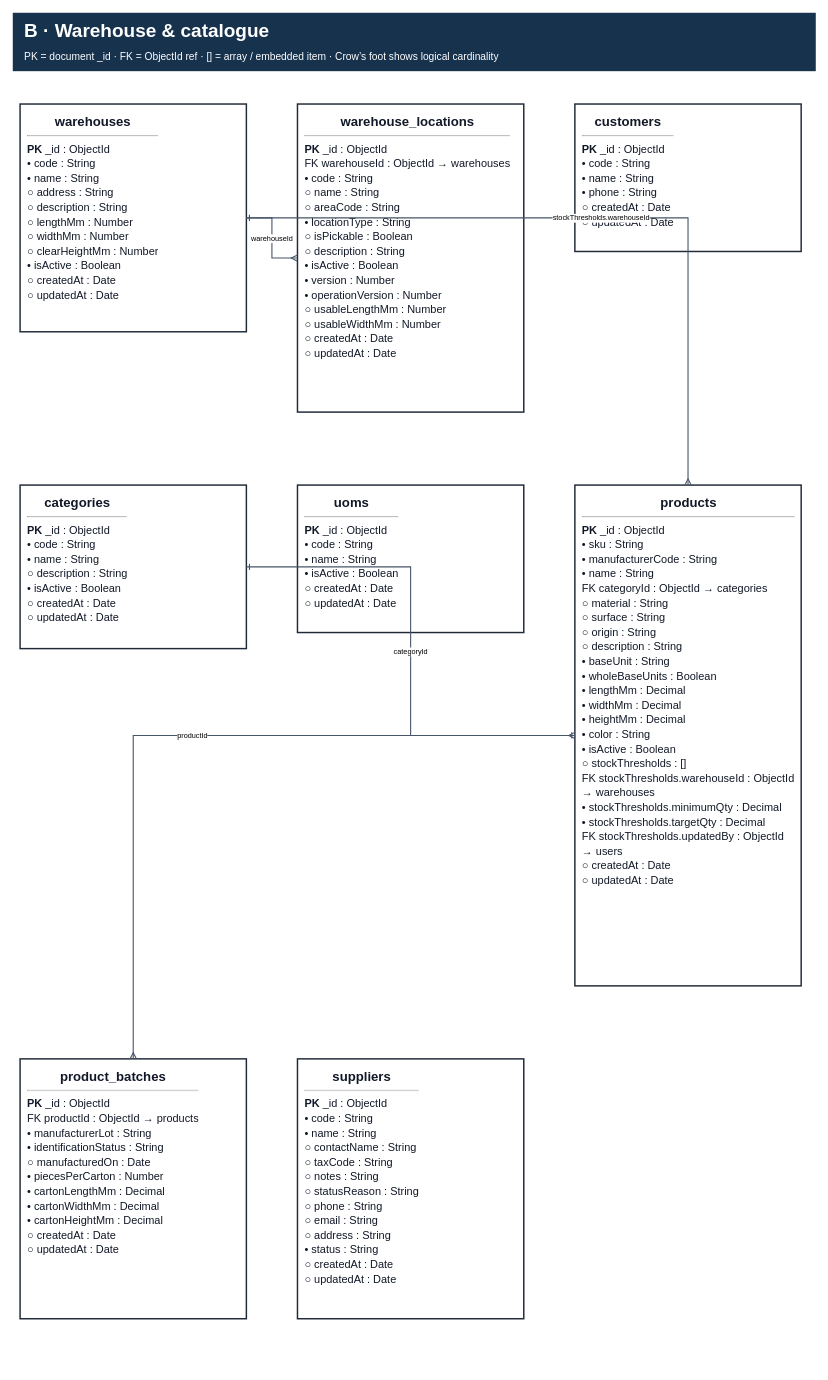
Above: page "B · Warehouse & catalogue" (3 of 11) of git_doc/docs/03_thiet_ke/DB_Current_2026-11-09_57/WMSD_ERD_Current.drawio in minhoa2005/building-material-management (draw.io), before the change. Source tidied: cells renumbered, new cells numbered last; positions are measured from the earlier drawing's top-left corner, leaving out a move shared by most shapes. Both pictures are drawn from the tidied source at 73%, with x=0, y=0 at pixel (12, 12).
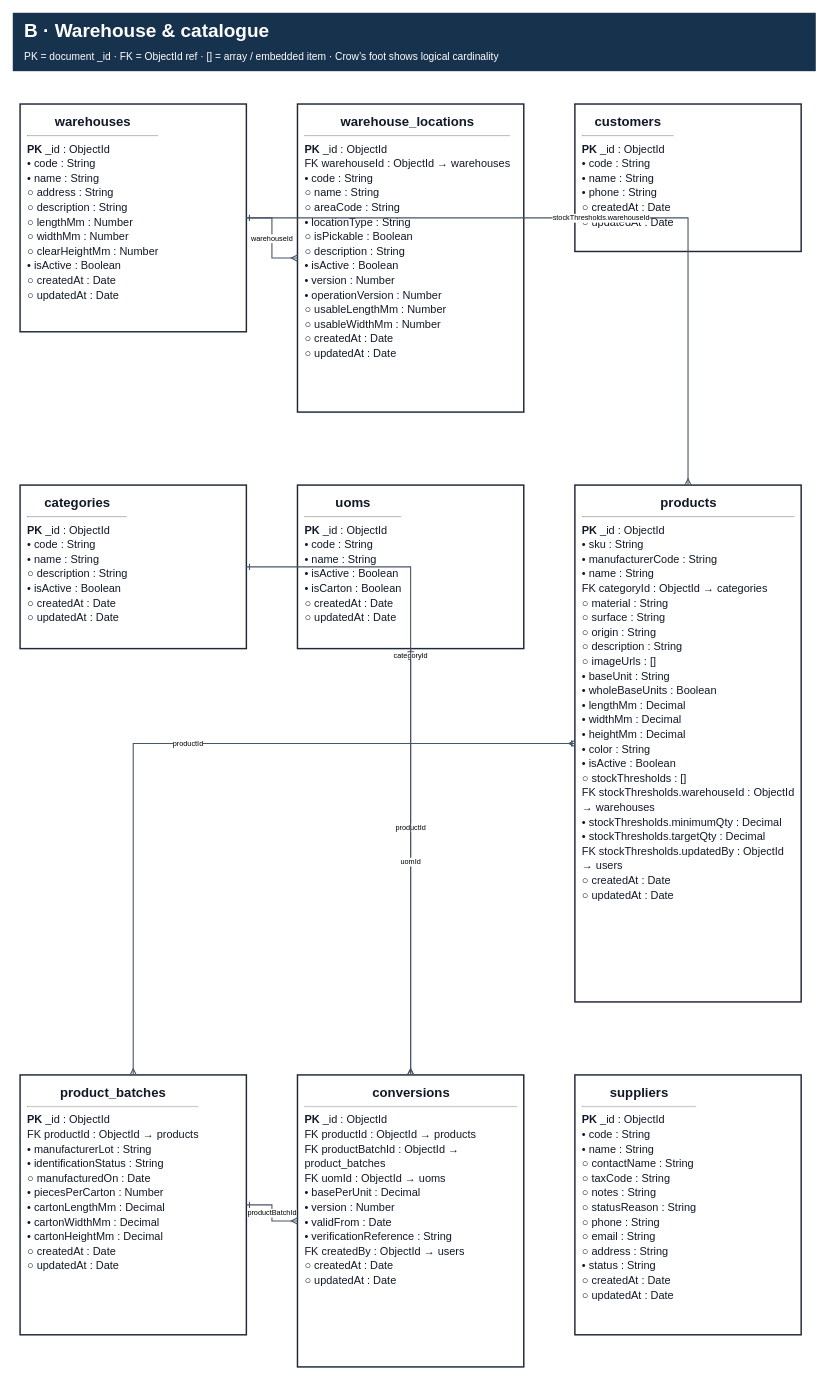
The same diagram, later.

Change to the diagram source:
```diff
@@
 <mxGraphModel background="#FFFFFF">
   <root>
     <mxCell id="0" />
     <mxCell id="1" parent="0" />
     <mxCell id="2" value="&lt;b&gt;B · Warehouse &amp; catalogue&lt;/b&gt;&lt;br/&gt;&lt;font style=&quot;font-size:14px&quot;&gt;PK = document _id · FK = ObjectId ref · [] = array / embedded item · Crow’s foot shows logical cardinality&lt;/font&gt;" style="rounded=0;whiteSpace=wrap;html=1;fillColor=#17324D;strokeColor=none;fontColor=#FFFFFF;align=left;verticalAlign=middle;spacing=16;fontFamily=Arial;fontSize=26;" parent="1" vertex="1">
       <mxGeometry width="1100" height="80" as="geometry" />
     </mxCell>
     <mxCell id="3" value="&lt;div style=&quot;font-size:15px;line-height:20px&quot;&gt;&lt;div style=&quot;text-align:center;font-size:18px&quot;&gt;&lt;b&gt;warehouses&lt;/b&gt;&lt;/div&gt;&lt;hr/&gt;&lt;div&gt;&lt;b&gt;PK&lt;/b&gt;  _id : ObjectId&lt;br/&gt;•  code : String&lt;br/&gt;•  name : String&lt;br/&gt;○  address : String&lt;br/&gt;○  description : String&lt;br/&gt;○  lengthMm : Number&lt;br/&gt;○  widthMm : Number&lt;br/&gt;○  clearHeightMm : Number&lt;br/&gt;•  isActive : Boolean&lt;br/&gt;○ createdAt : Date&lt;br/&gt;○ updatedAt : Date&lt;/div&gt;&lt;/div&gt;" style="rounded=0;whiteSpace=wrap;html=1;fillColor=#FFFFFF;strokeColor=#1F2937;strokeWidth=2;fontColor=#111827;align=left;verticalAlign=top;spacing=10;fontFamily=Arial;overflow=hidden;" parent="1" vertex="1">
       <mxGeometry x="10" y="125" width="310" height="312" as="geometry" />
     </mxCell>
     <mxCell id="4" value="&lt;div style=&quot;font-size:15px;line-height:20px&quot;&gt;&lt;div style=&quot;text-align:center;font-size:18px&quot;&gt;&lt;b&gt;warehouse_locations&lt;/b&gt;&lt;/div&gt;&lt;hr/&gt;&lt;div&gt;&lt;b&gt;PK&lt;/b&gt;  _id : ObjectId&lt;br/&gt;FK  warehouseId : ObjectId → warehouses&lt;br/&gt;•  code : String&lt;br/&gt;○  name : String&lt;br/&gt;○  areaCode : String&lt;br/&gt;•  locationType : String&lt;br/&gt;○  isPickable : Boolean&lt;br/&gt;○  description : String&lt;br/&gt;•  isActive : Boolean&lt;br/&gt;•  version : Number&lt;br/&gt;•  operationVersion : Number&lt;br/&gt;○  usableLengthMm : Number&lt;br/&gt;○  usableWidthMm : Number&lt;br/&gt;○ createdAt : Date&lt;br/&gt;○ updatedAt : Date&lt;/div&gt;&lt;/div&gt;" style="rounded=0;whiteSpace=wrap;html=1;fillColor=#FFFFFF;strokeColor=#1F2937;strokeWidth=2;fontColor=#111827;align=left;verticalAlign=top;spacing=10;fontFamily=Arial;overflow=hidden;" parent="1" vertex="1">
       <mxGeometry x="390" y="125" width="310" height="422" as="geometry" />
     </mxCell>
     <mxCell id="5" value="&lt;div style=&quot;font-size:15px;line-height:20px&quot;&gt;&lt;div style=&quot;text-align:center;font-size:18px&quot;&gt;&lt;b&gt;customers&lt;/b&gt;&lt;/div&gt;&lt;hr/&gt;&lt;div&gt;&lt;b&gt;PK&lt;/b&gt;  _id : ObjectId&lt;br/&gt;•  code : String&lt;br/&gt;•  name : String&lt;br/&gt;•  phone : String&lt;br/&gt;○ createdAt : Date&lt;br/&gt;○ updatedAt : Date&lt;/div&gt;&lt;/div&gt;" style="rounded=0;whiteSpace=wrap;html=1;fillColor=#FFFFFF;strokeColor=#1F2937;strokeWidth=2;fontColor=#111827;align=left;verticalAlign=top;spacing=10;fontFamily=Arial;overflow=hidden;" parent="1" vertex="1">
       <mxGeometry x="770" y="125" width="310" height="202" as="geometry" />
     </mxCell>
     <mxCell id="6" value="&lt;div style=&quot;font-size:15px;line-height:20px&quot;&gt;&lt;div style=&quot;text-align:center;font-size:18px&quot;&gt;&lt;b&gt;categories&lt;/b&gt;&lt;/div&gt;&lt;hr/&gt;&lt;div&gt;&lt;b&gt;PK&lt;/b&gt;  _id : ObjectId&lt;br/&gt;•  code : String&lt;br/&gt;•  name : String&lt;br/&gt;○  description : String&lt;br/&gt;•  isActive : Boolean&lt;br/&gt;○ createdAt : Date&lt;br/&gt;○ updatedAt : Date&lt;/div&gt;&lt;/div&gt;" style="rounded=0;whiteSpace=wrap;html=1;fillColor=#FFFFFF;strokeColor=#1F2937;strokeWidth=2;fontColor=#111827;align=left;verticalAlign=top;spacing=10;fontFamily=Arial;overflow=hidden;" parent="1" vertex="1">
       <mxGeometry x="10" y="647" width="310" height="224" as="geometry" />
     </mxCell>
-    <mxCell id="7" value="&lt;div style=&quot;font-size:15px;line-height:20px&quot;&gt;&lt;div style=&quot;text-align:center;font-size:18px&quot;&gt;&lt;b&gt;uoms&lt;/b&gt;&lt;/div&gt;&lt;hr/&gt;&lt;div&gt;&lt;b&gt;PK&lt;/b&gt;  _id : ObjectId&lt;br/&gt;•  code : String&lt;br/&gt;•  name : String&lt;br/&gt;•  isActive : Boolean&lt;br/&gt;○ createdAt : Date&lt;br/&gt;○ updatedAt : Date&lt;/div&gt;&lt;/div&gt;" style="rounded=0;whiteSpace=wrap;html=1;fillColor=#FFFFFF;strokeColor=#1F2937;strokeWidth=2;fontColor=#111827;align=left;verticalAlign=top;spacing=10;fontFamily=Arial;overflow=hidden;" parent="1" vertex="1">
-      <mxGeometry x="390" y="647" width="310" height="202" as="geometry" />
+    <mxCell id="7" value="&lt;div style=&quot;font-size:15px;line-height:20px&quot;&gt;&lt;div style=&quot;text-align:center;font-size:18px&quot;&gt;&lt;b&gt;uoms&lt;/b&gt;&lt;/div&gt;&lt;hr/&gt;&lt;div&gt;&lt;b&gt;PK&lt;/b&gt;  _id : ObjectId&lt;br/&gt;•  code : String&lt;br/&gt;•  name : String&lt;br/&gt;•  isActive : Boolean&lt;br/&gt;•  isCarton : Boolean&lt;br/&gt;○ createdAt : Date&lt;br/&gt;○ updatedAt : Date&lt;/div&gt;&lt;/div&gt;" style="rounded=0;whiteSpace=wrap;html=1;fillColor=#FFFFFF;strokeColor=#1F2937;strokeWidth=2;fontColor=#111827;align=left;verticalAlign=top;spacing=10;fontFamily=Arial;overflow=hidden;" parent="1" vertex="1">
+      <mxGeometry x="390" y="647" width="310" height="224" as="geometry" />
     </mxCell>
-    <mxCell id="8" value="&lt;div style=&quot;font-size:15px;line-height:20px&quot;&gt;&lt;div style=&quot;text-align:center;font-size:18px&quot;&gt;&lt;b&gt;products&lt;/b&gt;&lt;/div&gt;&lt;hr/&gt;&lt;div&gt;&lt;b&gt;PK&lt;/b&gt;  _id : ObjectId&lt;br/&gt;•  sku : String&lt;br/&gt;•  manufacturerCode : String&lt;br/&gt;•  name : String&lt;br/&gt;FK  categoryId : ObjectId → categories&lt;br/&gt;○  material : String&lt;br/&gt;○  surface : String&lt;br/&gt;○  origin : String&lt;br/&gt;○  description : String&lt;br/&gt;•  baseUnit : String&lt;br/&gt;•  wholeBaseUnits : Boolean&lt;br/&gt;•  lengthMm : Decimal&lt;br/&gt;•  widthMm : Decimal&lt;br/&gt;•  heightMm : Decimal&lt;br/&gt;•  color : String&lt;br/&gt;•  isActive : Boolean&lt;br/&gt;○  stockThresholds : []&lt;br/&gt;FK  stockThresholds.warehouseId : ObjectId → warehouses&lt;br/&gt;•  stockThresholds.minimumQty : Decimal&lt;br/&gt;•  stockThresholds.targetQty : Decimal&lt;br/&gt;FK  stockThresholds.updatedBy : ObjectId → users&lt;br/&gt;○ createdAt : Date&lt;br/&gt;○ updatedAt : Date&lt;/div&gt;&lt;/div&gt;" style="rounded=0;whiteSpace=wrap;html=1;fillColor=#FFFFFF;strokeColor=#1F2937;strokeWidth=2;fontColor=#111827;align=left;verticalAlign=top;spacing=10;fontFamily=Arial;overflow=hidden;" parent="1" vertex="1">
-      <mxGeometry x="770" y="647" width="310" height="686" as="geometry" />
+    <mxCell id="8" value="&lt;div style=&quot;font-size:15px;line-height:20px&quot;&gt;&lt;div style=&quot;text-align:center;font-size:18px&quot;&gt;&lt;b&gt;products&lt;/b&gt;&lt;/div&gt;&lt;hr/&gt;&lt;div&gt;&lt;b&gt;PK&lt;/b&gt;  _id : ObjectId&lt;br/&gt;•  sku : String&lt;br/&gt;•  manufacturerCode : String&lt;br/&gt;•  name : String&lt;br/&gt;FK  categoryId : ObjectId → categories&lt;br/&gt;○  material : String&lt;br/&gt;○  surface : String&lt;br/&gt;○  origin : String&lt;br/&gt;○  description : String&lt;br/&gt;○  imageUrls : []&lt;br/&gt;•  baseUnit : String&lt;br/&gt;•  wholeBaseUnits : Boolean&lt;br/&gt;•  lengthMm : Decimal&lt;br/&gt;•  widthMm : Decimal&lt;br/&gt;•  heightMm : Decimal&lt;br/&gt;•  color : String&lt;br/&gt;•  isActive : Boolean&lt;br/&gt;○  stockThresholds : []&lt;br/&gt;FK  stockThresholds.warehouseId : ObjectId → warehouses&lt;br/&gt;•  stockThresholds.minimumQty : Decimal&lt;br/&gt;•  stockThresholds.targetQty : Decimal&lt;br/&gt;FK  stockThresholds.updatedBy : ObjectId → users&lt;br/&gt;○ createdAt : Date&lt;br/&gt;○ updatedAt : Date&lt;/div&gt;&lt;/div&gt;" style="rounded=0;whiteSpace=wrap;html=1;fillColor=#FFFFFF;strokeColor=#1F2937;strokeWidth=2;fontColor=#111827;align=left;verticalAlign=top;spacing=10;fontFamily=Arial;overflow=hidden;" parent="1" vertex="1">
+      <mxGeometry x="770" y="647" width="310" height="708" as="geometry" />
     </mxCell>
     <mxCell id="9" value="&lt;div style=&quot;font-size:15px;line-height:20px&quot;&gt;&lt;div style=&quot;text-align:center;font-size:18px&quot;&gt;&lt;b&gt;product_batches&lt;/b&gt;&lt;/div&gt;&lt;hr/&gt;&lt;div&gt;&lt;b&gt;PK&lt;/b&gt;  _id : ObjectId&lt;br/&gt;FK  productId : ObjectId → products&lt;br/&gt;•  manufacturerLot : String&lt;br/&gt;•  identificationStatus : String&lt;br/&gt;○  manufacturedOn : Date&lt;br/&gt;•  piecesPerCarton : Number&lt;br/&gt;•  cartonLengthMm : Decimal&lt;br/&gt;•  cartonWidthMm : Decimal&lt;br/&gt;•  cartonHeightMm : Decimal&lt;br/&gt;○ createdAt : Date&lt;br/&gt;○ updatedAt : Date&lt;/div&gt;&lt;/div&gt;" style="rounded=0;whiteSpace=wrap;html=1;fillColor=#FFFFFF;strokeColor=#1F2937;strokeWidth=2;fontColor=#111827;align=left;verticalAlign=top;spacing=10;fontFamily=Arial;overflow=hidden;" parent="1" vertex="1">
-      <mxGeometry x="10" y="1433" width="310" height="356" as="geometry" />
+      <mxGeometry x="10" y="1455" width="310" height="356" as="geometry" />
     </mxCell>
+    <mxCell id="15" value="&lt;div style=&quot;font-size:15px;line-height:20px&quot;&gt;&lt;div style=&quot;text-align:center;font-size:18px&quot;&gt;&lt;b&gt;conversions&lt;/b&gt;&lt;/div&gt;&lt;hr/&gt;&lt;div&gt;&lt;b&gt;PK&lt;/b&gt;  _id : ObjectId&lt;br/&gt;FK  productId : ObjectId → products&lt;br/&gt;FK  productBatchId : ObjectId → product_batches&lt;br/&gt;FK  uomId : ObjectId → uoms&lt;br/&gt;•  basePerUnit : Decimal&lt;br/&gt;•  version : Number&lt;br/&gt;•  validFrom : Date&lt;br/&gt;•  verificationReference : String&lt;br/&gt;FK  createdBy : ObjectId → users&lt;br/&gt;○ createdAt : Date&lt;br/&gt;○ updatedAt : Date&lt;/div&gt;&lt;/div&gt;" style="rounded=0;whiteSpace=wrap;html=1;fillColor=#FFFFFF;strokeColor=#1F2937;strokeWidth=2;fontColor=#111827;align=left;verticalAlign=top;spacing=10;fontFamily=Arial;overflow=hidden;" parent="1" vertex="1">
+      <mxGeometry x="390" y="1455" width="310" height="400" as="geometry" />
+    </mxCell>
     <mxCell id="10" value="&lt;div style=&quot;font-size:15px;line-height:20px&quot;&gt;&lt;div style=&quot;text-align:center;font-size:18px&quot;&gt;&lt;b&gt;suppliers&lt;/b&gt;&lt;/div&gt;&lt;hr/&gt;&lt;div&gt;&lt;b&gt;PK&lt;/b&gt;  _id : ObjectId&lt;br/&gt;•  code : String&lt;br/&gt;•  name : String&lt;br/&gt;○  contactName : String&lt;br/&gt;○  taxCode : String&lt;br/&gt;○  notes : String&lt;br/&gt;○  statusReason : String&lt;br/&gt;○  phone : String&lt;br/&gt;○  email : String&lt;br/&gt;○  address : String&lt;br/&gt;•  status : String&lt;br/&gt;○ createdAt : Date&lt;br/&gt;○ updatedAt : Date&lt;/div&gt;&lt;/div&gt;" style="rounded=0;whiteSpace=wrap;html=1;fillColor=#FFFFFF;strokeColor=#1F2937;strokeWidth=2;fontColor=#111827;align=left;verticalAlign=top;spacing=10;fontFamily=Arial;overflow=hidden;" parent="1" vertex="1">
-      <mxGeometry x="390" y="1433" width="310" height="356" as="geometry" />
+      <mxGeometry x="770" y="1455" width="310" height="356" as="geometry" />
     </mxCell>
     <mxCell id="11" value="warehouseId" style="edgeStyle=orthogonalEdgeStyle;rounded=0;jettySize=auto;html=1;strokeColor=#475569;strokeWidth=1.5;startArrow=ERone;endArrow=ERmany;fontFamily=Arial;fontSize=10;labelBackgroundColor=#FFFFFF;" parent="1" edge="1" source="3" target="4">
       <mxGeometry relative="1" as="geometry" />
     </mxCell>
     <mxCell id="12" value="categoryId" style="edgeStyle=orthogonalEdgeStyle;rounded=0;jettySize=auto;html=1;strokeColor=#475569;strokeWidth=1.5;startArrow=ERone;endArrow=ERmany;fontFamily=Arial;fontSize=10;labelBackgroundColor=#FFFFFF;" parent="1" edge="1" source="6" target="8">
       <mxGeometry relative="1" as="geometry" />
     </mxCell>
     <mxCell id="13" value="stockThresholds.warehouseId" style="edgeStyle=orthogonalEdgeStyle;rounded=0;jettySize=auto;html=1;strokeColor=#475569;strokeWidth=1.5;startArrow=ERone;endArrow=ERmany;fontFamily=Arial;fontSize=10;labelBackgroundColor=#FFFFFF;" parent="1" edge="1" source="3" target="8">
       <mxGeometry relative="1" as="geometry" />
     </mxCell>
     <mxCell id="14" value="productId" style="edgeStyle=orthogonalEdgeStyle;rounded=0;jettySize=auto;html=1;strokeColor=#475569;strokeWidth=1.5;startArrow=ERone;endArrow=ERmany;fontFamily=Arial;fontSize=10;labelBackgroundColor=#FFFFFF;" parent="1" edge="1" source="8" target="9">
       <mxGeometry relative="1" as="geometry" />
     </mxCell>
+    <mxCell id="16" value="productId" style="edgeStyle=orthogonalEdgeStyle;rounded=0;jettySize=auto;html=1;strokeColor=#475569;strokeWidth=1.5;startArrow=ERone;endArrow=ERmany;fontFamily=Arial;fontSize=10;labelBackgroundColor=#FFFFFF;" parent="1" edge="1" source="8" target="15">
+      <mxGeometry relative="1" as="geometry" />
+    </mxCell>
+    <mxCell id="17" value="productBatchId" style="edgeStyle=orthogonalEdgeStyle;rounded=0;jettySize=auto;html=1;strokeColor=#475569;strokeWidth=1.5;startArrow=ERone;endArrow=ERmany;fontFamily=Arial;fontSize=10;labelBackgroundColor=#FFFFFF;" parent="1" edge="1" source="9" target="15">
+      <mxGeometry relative="1" as="geometry" />
+    </mxCell>
+    <mxCell id="18" value="uomId" style="edgeStyle=orthogonalEdgeStyle;rounded=0;jettySize=auto;html=1;strokeColor=#475569;strokeWidth=1.5;startArrow=ERone;endArrow=ERmany;fontFamily=Arial;fontSize=10;labelBackgroundColor=#FFFFFF;" parent="1" edge="1" source="7" target="15">
+      <mxGeometry relative="1" as="geometry" />
+    </mxCell>
   </root>
 </mxGraphModel>
```
